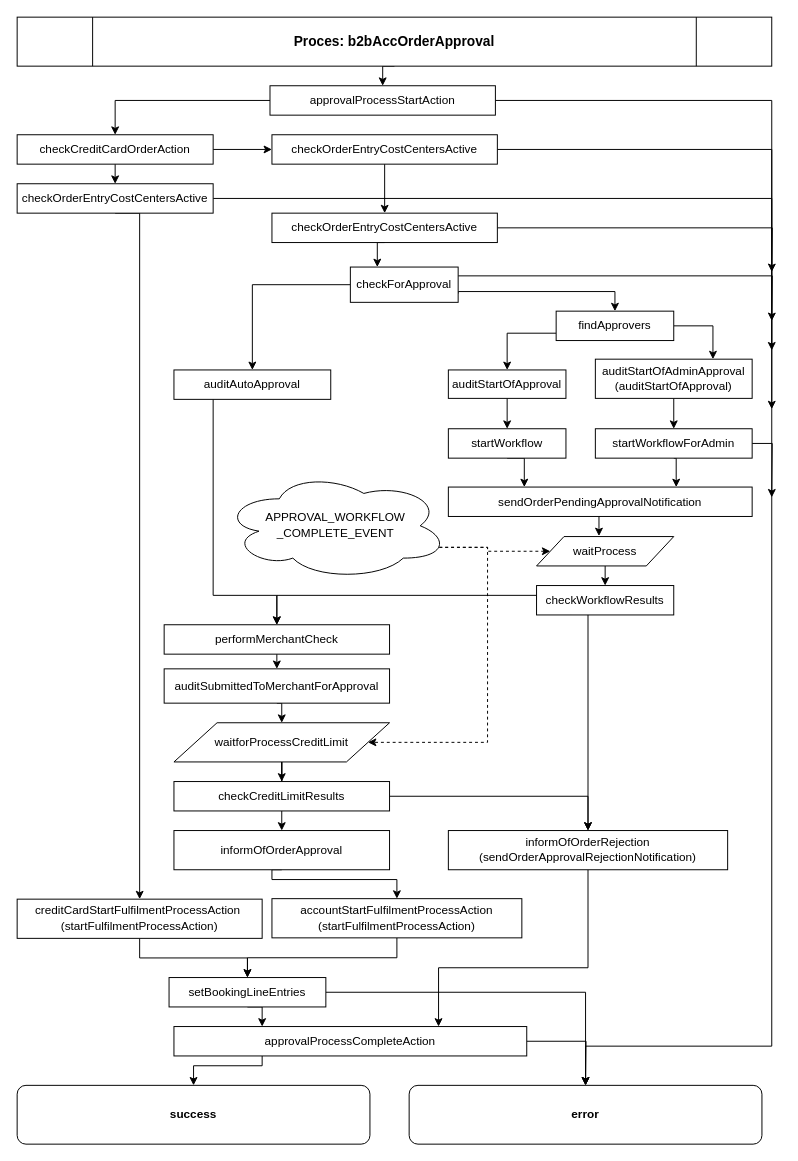
Above: public/Untitled Diagram.drawio in salutuj-gabriel/docs (draw.io), before the change. Source tidied: cells renumbered, new cells numbered last; positions are measured from the earlier drawing's top-left corner, leaving out a move shared by most shapes. Both pictures are drawn from the tidied source at 98%, with x=0, y=0 at pixel (17, 17).
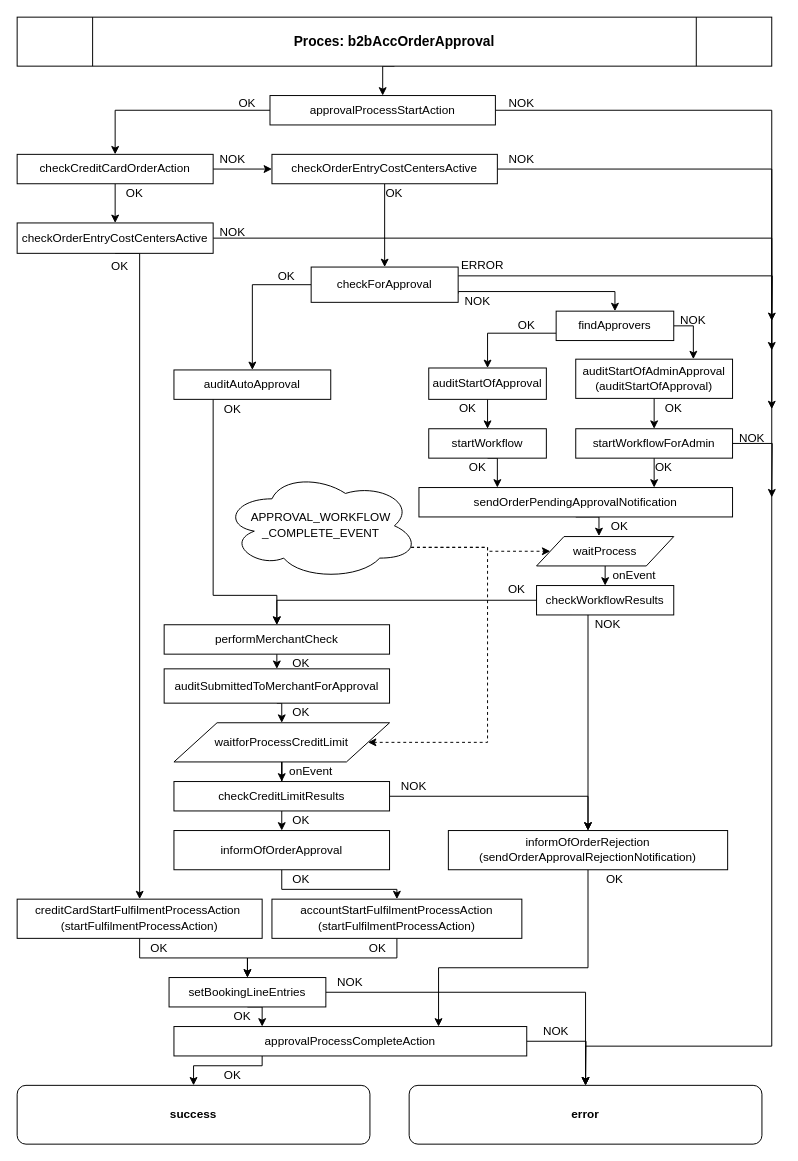
The same diagram, later.

Unchanged cells that the change refers to:
```xml
<mxCell id="7" value="&lt;div&gt;&lt;b&gt;error&lt;/b&gt;&lt;/div&gt;" style="rounded=1;whiteSpace=wrap;html=1;" parent="1" vertex="1">
  <mxGeometry x="400" y="1090" width="360" height="60" as="geometry" />
</mxCell>
<mxCell id="16" value="&lt;pre&gt;&lt;font face=&quot;Helvetica&quot;&gt;&lt;span&gt;creditCardStartFulfilmentProcessAction &lt;br&gt;(&lt;/span&gt;&lt;span&gt;startFulfilmentProcessAction)&lt;/span&gt;&lt;/font&gt;&lt;/pre&gt;" style="rounded=0;whiteSpace=wrap;html=1;" parent="1" vertex="1">
  <mxGeometry y="900" width="250" height="40" as="geometry" />
</mxCell>
<mxCell id="39" value="performMerchantCheck" style="rounded=0;whiteSpace=wrap;html=1;" parent="1" vertex="1">
  <mxGeometry x="150" y="620" width="230" height="30" as="geometry" />
</mxCell>
<mxCell id="41" value="&lt;pre&gt;&lt;font face=&quot;Helvetica&quot;&gt;&lt;span&gt;informOfOrderApproval&lt;/span&gt;&lt;/font&gt;&lt;/pre&gt;" style="rounded=0;whiteSpace=wrap;html=1;" parent="1" vertex="1">
  <mxGeometry x="160" y="830" width="220" height="40" as="geometry" />
</mxCell>
<mxCell id="51" value="&lt;pre&gt;&lt;font face=&quot;Helvetica&quot;&gt;&lt;span&gt;informOfOrderRejection&lt;br&gt;(&lt;/span&gt;&lt;span&gt;sendOrderApprovalRejectionNotification)&lt;br&gt;&lt;/span&gt;&lt;/font&gt;&lt;/pre&gt;" style="rounded=0;whiteSpace=wrap;html=1;" parent="1" vertex="1">
  <mxGeometry x="440" y="830" width="285" height="40" as="geometry" />
</mxCell>
<mxCell id="68" value="checkWorkflowResults" style="rounded=0;whiteSpace=wrap;html=1;" parent="1" vertex="1">
  <mxGeometry x="530" y="580" width="140" height="30" as="geometry" />
</mxCell>
```

Diff of the diagram source:
```diff
@@
     <mxCell id="4" style="edgeStyle=orthogonalEdgeStyle;rounded=0;jettySize=auto;html=1;exitX=1;exitY=0.5;exitDx=0;exitDy=0;" parent="1" edge="1" source="6" target="7">
       <mxGeometry relative="1" as="geometry">
         <Array as="points">
-          <mxPoint x="770" y="85" />
+          <mxPoint x="770" y="95" />
           <mxPoint x="770" y="1050" />
           <mxPoint x="580" y="1050" />
         </Array>
       </mxGeometry>
     </mxCell>
@@
     <mxCell id="6" value="&lt;pre&gt;&lt;font face=&quot;Helvetica&quot;&gt;&lt;span&gt;approvalProcessStartAction&lt;/span&gt;&lt;/font&gt;&lt;/pre&gt;" style="rounded=0;whiteSpace=wrap;html=1;" parent="1" vertex="1">
-      <mxGeometry x="258" y="70" width="230" height="30" as="geometry" />
+      <mxGeometry x="258" y="80" width="230" height="30" as="geometry" />
     </mxCell>
@@
     <mxCell id="11" value="&lt;pre&gt;&lt;font face=&quot;Helvetica&quot;&gt;&lt;span&gt;checkCreditCardOrderAction&lt;/span&gt;&lt;/font&gt;&lt;/pre&gt;" style="rounded=0;whiteSpace=wrap;html=1;" parent="1" vertex="1">
-      <mxGeometry y="120" width="200" height="30" as="geometry" />
+      <mxGeometry y="140" width="200" height="30" as="geometry" />
     </mxCell>
     <mxCell id="12" style="edgeStyle=orthogonalEdgeStyle;rounded=0;jettySize=auto;html=1;exitX=1;exitY=0.5;exitDx=0;exitDy=0;" parent="1" edge="1" source="14">
       <mxGeometry relative="1" as="geometry">
         <mxPoint x="770" y="340" as="targetPoint" />
         <Array as="points">
-          <mxPoint x="770" y="185" />
+          <mxPoint x="770" y="226" />
         </Array>
       </mxGeometry>
     </mxCell>
     <mxCell id="13" style="edgeStyle=orthogonalEdgeStyle;rounded=0;jettySize=auto;html=1;exitX=0.5;exitY=1;exitDx=0;exitDy=0;entryX=0.5;entryY=0;entryDx=0;entryDy=0;" parent="1" edge="1" source="14" target="16">
       <mxGeometry relative="1" as="geometry">
         <Array as="points">
-          <mxPoint x="125" y="200" />
+          <mxPoint x="125" y="241" />
         </Array>
       </mxGeometry>
     </mxCell>
     <mxCell id="14" value="&lt;pre&gt;&lt;font face=&quot;Helvetica&quot;&gt;&lt;span&gt;checkOrderEntryCostCentersActive&lt;/span&gt;&lt;/font&gt;&lt;/pre&gt;" style="rounded=0;whiteSpace=wrap;html=1;" parent="1" vertex="1">
-      <mxGeometry y="170" width="200" height="30" as="geometry" />
+      <mxGeometry y="210" width="200" height="31" as="geometry" />
     </mxCell>
@@
     <mxCell id="20" style="edgeStyle=orthogonalEdgeStyle;rounded=0;jettySize=auto;html=1;exitX=1;exitY=0.5;exitDx=0;exitDy=0;" parent="1" edge="1" source="22">
       <mxGeometry relative="1" as="geometry">
         <mxPoint x="770" y="400" as="targetPoint" />
         <Array as="points">
-          <mxPoint x="770" y="135" />
+          <mxPoint x="770" y="155" />
         </Array>
       </mxGeometry>
     </mxCell>
-    <mxCell id="21" style="edgeStyle=orthogonalEdgeStyle;rounded=0;jettySize=auto;html=1;exitX=0.5;exitY=1;exitDx=0;exitDy=0;entryX=0.5;entryY=0;entryDx=0;entryDy=0;" parent="1" edge="1" source="22" target="28">
-      <mxGeometry relative="1" as="geometry" />
-    </mxCell>
+    <mxCell id="72" style="edgeStyle=orthogonalEdgeStyle;rounded=0;jettySize=auto;html=1;entryX=0.5;entryY=0;entryDx=0;entryDy=0;" parent="1" edge="1" source="22" target="32">
+      <mxGeometry relative="1" as="geometry" />
+    </mxCell>
     <mxCell id="22" value="&lt;pre&gt;&lt;font face=&quot;Helvetica&quot;&gt;&lt;span&gt;checkOrderEntryCostCentersActive&lt;/span&gt;&lt;/font&gt;&lt;/pre&gt;" style="rounded=0;whiteSpace=wrap;html=1;" parent="1" vertex="1">
-      <mxGeometry x="260" y="120" width="230" height="30" as="geometry" />
+      <mxGeometry x="260" y="140" width="230" height="30" as="geometry" />
     </mxCell>
@@
-    <mxCell id="26" style="edgeStyle=orthogonalEdgeStyle;rounded=0;jettySize=auto;html=1;exitX=1;exitY=0.5;exitDx=0;exitDy=0;" parent="1" edge="1" source="28">
-      <mxGeometry relative="1" as="geometry">
-        <mxPoint x="770" y="260" as="targetPoint" />
-      </mxGeometry>
-    </mxCell>
-    <mxCell id="27" style="edgeStyle=orthogonalEdgeStyle;rounded=0;jettySize=auto;html=1;exitX=0.5;exitY=1;exitDx=0;exitDy=0;entryX=0.25;entryY=0;entryDx=0;entryDy=0;" parent="1" edge="1" source="28" target="32">
-      <mxGeometry relative="1" as="geometry" />
-    </mxCell>
-    <mxCell id="28" value="&lt;pre&gt;&lt;font face=&quot;Helvetica&quot;&gt;&lt;span&gt;checkOrderEntryCostCentersActive&lt;/span&gt;&lt;/font&gt;&lt;/pre&gt;" style="rounded=0;whiteSpace=wrap;html=1;" parent="1" vertex="1">
-      <mxGeometry x="260" y="200" width="230" height="30" as="geometry" />
-    </mxCell>
@@
     <mxCell id="32" value="checkForApproval" style="rounded=0;whiteSpace=wrap;html=1;" parent="1" vertex="1">
-      <mxGeometry x="340" y="255" width="110" height="36" as="geometry" />
+      <mxGeometry x="300" y="255" width="150" height="36" as="geometry" />
     </mxCell>
@@
     <mxCell id="40" style="edgeStyle=orthogonalEdgeStyle;rounded=0;jettySize=auto;html=1;exitX=0.5;exitY=1;exitDx=0;exitDy=0;entryX=0.5;entryY=0;entryDx=0;entryDy=0;" parent="1" edge="1" source="41" target="43">
-      <mxGeometry relative="1" as="geometry">
-        <Array as="points">
-          <mxPoint x="260" y="880" />
-          <mxPoint x="387" y="880" />
-        </Array>
-      </mxGeometry>
+      <mxGeometry relative="1" as="geometry" />
     </mxCell>
@@
     <mxCell id="43" value="&lt;pre&gt;&lt;font face=&quot;Helvetica&quot;&gt;&lt;span&gt;accountStartFulfilmentProcessAction&lt;br&gt;(&lt;/span&gt;&lt;span&gt;&lt;span&gt;startFulfilmentProcessAction&lt;/span&gt;)&lt;br&gt;&lt;/span&gt;&lt;/font&gt;&lt;/pre&gt;" style="rounded=0;whiteSpace=wrap;html=1;" parent="1" vertex="1">
-      <mxGeometry x="260" y="899.5" width="255" height="40" as="geometry" />
+      <mxGeometry x="260" y="900" width="255" height="40" as="geometry" />
     </mxCell>
@@
     <mxCell id="53" value="auditStartOfApproval" style="rounded=0;whiteSpace=wrap;html=1;" parent="1" vertex="1">
-      <mxGeometry x="440" y="360" width="120" height="29" as="geometry" />
+      <mxGeometry x="420" y="358" width="120" height="32" as="geometry" />
     </mxCell>
@@
     <mxCell id="56" value="auditStartOfAdminApproval&lt;br&gt;(auditStartOfApproval)" style="rounded=0;whiteSpace=wrap;html=1;" parent="1" vertex="1">
-      <mxGeometry x="590" y="349" width="160" height="40" as="geometry" />
+      <mxGeometry x="570" y="349" width="160" height="40" as="geometry" />
     </mxCell>
@@
     <mxCell id="58" value="startWorkflow" style="rounded=0;whiteSpace=wrap;html=1;" parent="1" vertex="1">
-      <mxGeometry x="440" y="420" width="120" height="30" as="geometry" />
+      <mxGeometry x="420" y="420" width="120" height="30" as="geometry" />
     </mxCell>
@@
     <mxCell id="61" value="startWorkflowForAdmin" style="rounded=0;whiteSpace=wrap;html=1;" parent="1" vertex="1">
-      <mxGeometry x="590" y="420" width="160" height="30" as="geometry" />
+      <mxGeometry x="570" y="420" width="160" height="30" as="geometry" />
     </mxCell>
@@
     <mxCell id="63" value="&lt;pre&gt;&lt;font face=&quot;Helvetica&quot;&gt;&lt;span&gt;sendOrderPendingApprovalNotification&lt;/span&gt;&lt;/font&gt;&lt;/pre&gt;" style="rounded=0;whiteSpace=wrap;html=1;" parent="1" vertex="1">
-      <mxGeometry x="440" y="479.5" width="310" height="30" as="geometry" />
+      <mxGeometry x="410" y="480" width="320" height="30" as="geometry" />
     </mxCell>
@@
     <mxCell id="66" style="edgeStyle=orthogonalEdgeStyle;rounded=0;jettySize=auto;html=1;exitX=0.25;exitY=1;exitDx=0;exitDy=0;entryX=0.5;entryY=0;entryDx=0;entryDy=0;" parent="1" edge="1" source="68" target="51">
       <mxGeometry relative="1" as="geometry">
         <Array as="points">
-          <mxPoint x="582" y="604" />
+          <mxPoint x="565" y="604" />
+          <mxPoint x="583" y="604" />
         </Array>
       </mxGeometry>
     </mxCell>
-    <mxCell id="67" style="edgeStyle=orthogonalEdgeStyle;rounded=0;jettySize=auto;html=1;exitX=0;exitY=0.5;exitDx=0;exitDy=0;entryX=0.5;entryY=0;entryDx=0;entryDy=0;" parent="1" edge="1" source="68" target="39">
+    <mxCell id="67" style="edgeStyle=orthogonalEdgeStyle;rounded=0;jettySize=auto;html=1;exitX=0;exitY=0.25;exitDx=0;exitDy=0;entryX=0.5;entryY=0;entryDx=0;entryDy=0;" parent="1" edge="1" source="68" target="39">
       <mxGeometry relative="1" as="geometry">
         <Array as="points">
-          <mxPoint x="530" y="590" />
-          <mxPoint x="265" y="590" />
+          <mxPoint x="530" y="595" />
+          <mxPoint x="265" y="595" />
         </Array>
       </mxGeometry>
     </mxCell>
@@
     <mxCell id="71" value="&lt;pre&gt;&lt;font face=&quot;Helvetica&quot;&gt;APPROVAL_WORKFLOW&lt;br&gt;_COMPLETE_EVENT&lt;/font&gt;&lt;/pre&gt;" style="ellipse;shape=cloud;whiteSpace=wrap;html=1;" parent="1" vertex="1">
-      <mxGeometry x="210" y="464" width="230" height="110" as="geometry" />
+      <mxGeometry x="210" y="464" width="200" height="110" as="geometry" />
     </mxCell>
+    <mxCell id="73" value="OK" style="text;html=1;strokeColor=none;fillColor=none;align=center;verticalAlign=middle;whiteSpace=wrap;rounded=0;" parent="1" vertex="1">
+      <mxGeometry x="215" y="77.5" width="40" height="20" as="geometry" />
+    </mxCell>
+    <mxCell id="74" value="NOK" style="text;html=1;strokeColor=none;fillColor=none;align=center;verticalAlign=middle;whiteSpace=wrap;rounded=0;" parent="1" vertex="1">
+      <mxGeometry x="495" y="77.5" width="40" height="20" as="geometry" />
+    </mxCell>
+    <mxCell id="75" value="NOK" style="text;html=1;strokeColor=none;fillColor=none;align=center;verticalAlign=middle;whiteSpace=wrap;rounded=0;" parent="1" vertex="1">
+      <mxGeometry x="200" y="135" width="40" height="20" as="geometry" />
+    </mxCell>
+    <mxCell id="76" value="OK" style="text;html=1;strokeColor=none;fillColor=none;align=center;verticalAlign=middle;whiteSpace=wrap;rounded=0;" parent="1" vertex="1">
+      <mxGeometry x="100" y="170" width="40" height="20" as="geometry" />
+    </mxCell>
+    <mxCell id="77" value="OK" style="text;html=1;strokeColor=none;fillColor=none;align=center;verticalAlign=middle;whiteSpace=wrap;rounded=0;" parent="1" vertex="1">
+      <mxGeometry x="85" y="245" width="40" height="20" as="geometry" />
+    </mxCell>
+    <mxCell id="78" value="NOK" style="text;html=1;strokeColor=none;fillColor=none;align=center;verticalAlign=middle;whiteSpace=wrap;rounded=0;" parent="1" vertex="1">
+      <mxGeometry x="450" y="280" width="40" height="20" as="geometry" />
+    </mxCell>
+    <mxCell id="79" value="NOK" style="text;html=1;strokeColor=none;fillColor=none;align=center;verticalAlign=middle;whiteSpace=wrap;rounded=0;" parent="1" vertex="1">
+      <mxGeometry x="200" y="210" width="40" height="20" as="geometry" />
+    </mxCell>
+    <mxCell id="80" value="OK" style="text;html=1;strokeColor=none;fillColor=none;align=center;verticalAlign=middle;whiteSpace=wrap;rounded=0;" parent="1" vertex="1">
+      <mxGeometry x="365" y="170" width="40" height="20" as="geometry" />
+    </mxCell>
+    <mxCell id="81" value="OK" style="text;html=1;strokeColor=none;fillColor=none;align=center;verticalAlign=middle;whiteSpace=wrap;rounded=0;" parent="1" vertex="1">
+      <mxGeometry x="255" y="255" width="40" height="20" as="geometry" />
+    </mxCell>
+    <mxCell id="82" value="ERROR" style="text;html=1;strokeColor=none;fillColor=none;align=center;verticalAlign=middle;whiteSpace=wrap;rounded=0;" parent="1" vertex="1">
+      <mxGeometry x="455" y="243" width="40" height="20" as="geometry" />
+    </mxCell>
+    <mxCell id="83" value="NOK" style="text;html=1;strokeColor=none;fillColor=none;align=center;verticalAlign=middle;whiteSpace=wrap;rounded=0;" parent="1" vertex="1">
+      <mxGeometry x="495" y="135" width="40" height="20" as="geometry" />
+    </mxCell>
+    <mxCell id="84" value="OK" style="text;html=1;strokeColor=none;fillColor=none;align=center;verticalAlign=middle;whiteSpace=wrap;rounded=0;" parent="1" vertex="1">
+      <mxGeometry x="500" y="305" width="40" height="20" as="geometry" />
+    </mxCell>
+    <mxCell id="85" value="OK" style="text;html=1;strokeColor=none;fillColor=none;align=center;verticalAlign=middle;whiteSpace=wrap;rounded=0;" parent="1" vertex="1">
+      <mxGeometry x="270" y="650" width="40" height="20" as="geometry" />
+    </mxCell>
+    <mxCell id="86" value="OK" style="text;html=1;strokeColor=none;fillColor=none;align=center;verticalAlign=middle;whiteSpace=wrap;rounded=0;" parent="1" vertex="1">
+      <mxGeometry x="440" y="389" width="40" height="20" as="geometry" />
+    </mxCell>
+    <mxCell id="87" value="OK" style="text;html=1;strokeColor=none;fillColor=none;align=center;verticalAlign=middle;whiteSpace=wrap;rounded=0;" parent="1" vertex="1">
+      <mxGeometry x="450" y="450" width="40" height="20" as="geometry" />
+    </mxCell>
+    <mxCell id="88" value="OK" style="text;html=1;strokeColor=none;fillColor=none;align=center;verticalAlign=middle;whiteSpace=wrap;rounded=0;" parent="1" vertex="1">
+      <mxGeometry x="640" y="450" width="40" height="20" as="geometry" />
+    </mxCell>
+    <mxCell id="89" value="OK" style="text;html=1;strokeColor=none;fillColor=none;align=center;verticalAlign=middle;whiteSpace=wrap;rounded=0;" parent="1" vertex="1">
+      <mxGeometry x="650" y="389" width="40" height="20" as="geometry" />
+    </mxCell>
+    <mxCell id="90" value="OK" style="text;html=1;strokeColor=none;fillColor=none;align=center;verticalAlign=middle;whiteSpace=wrap;rounded=0;" parent="1" vertex="1">
+      <mxGeometry x="490" y="574" width="40" height="20" as="geometry" />
+    </mxCell>
+    <mxCell id="91" value="OK" style="text;html=1;strokeColor=none;fillColor=none;align=center;verticalAlign=middle;whiteSpace=wrap;rounded=0;" parent="1" vertex="1">
+      <mxGeometry x="595" y="510" width="40" height="20" as="geometry" />
+    </mxCell>
+    <mxCell id="92" value="NOK" style="text;html=1;strokeColor=none;fillColor=none;align=center;verticalAlign=middle;whiteSpace=wrap;rounded=0;" parent="1" vertex="1">
+      <mxGeometry x="670" y="300" width="40" height="20" as="geometry" />
+    </mxCell>
+    <mxCell id="93" value="NOK" style="text;html=1;strokeColor=none;fillColor=none;align=center;verticalAlign=middle;whiteSpace=wrap;rounded=0;" parent="1" vertex="1">
+      <mxGeometry x="730" y="420" width="40" height="20" as="geometry" />
+    </mxCell>
+    <mxCell id="94" value="onEvent" style="text;html=1;strokeColor=none;fillColor=none;align=center;verticalAlign=middle;whiteSpace=wrap;rounded=0;" parent="1" vertex="1">
+      <mxGeometry x="610" y="560" width="40" height="20" as="geometry" />
+    </mxCell>
+    <mxCell id="95" value="OK" style="text;html=1;strokeColor=none;fillColor=none;align=center;verticalAlign=middle;whiteSpace=wrap;rounded=0;" parent="1" vertex="1">
+      <mxGeometry x="200" y="390" width="40" height="20" as="geometry" />
+    </mxCell>
+    <mxCell id="96" value="OK" style="text;html=1;strokeColor=none;fillColor=none;align=center;verticalAlign=middle;whiteSpace=wrap;rounded=0;" parent="1" vertex="1">
+      <mxGeometry x="270" y="700" width="40" height="20" as="geometry" />
+    </mxCell>
+    <mxCell id="97" value="OK" style="text;html=1;strokeColor=none;fillColor=none;align=center;verticalAlign=middle;whiteSpace=wrap;rounded=0;" parent="1" vertex="1">
+      <mxGeometry x="590" y="870" width="40" height="20" as="geometry" />
+    </mxCell>
+    <mxCell id="98" value="OK" style="text;html=1;strokeColor=none;fillColor=none;align=center;verticalAlign=middle;whiteSpace=wrap;rounded=0;" parent="1" vertex="1">
+      <mxGeometry x="270" y="810" width="40" height="20" as="geometry" />
+    </mxCell>
+    <mxCell id="99" value="OK" style="text;html=1;strokeColor=none;fillColor=none;align=center;verticalAlign=middle;whiteSpace=wrap;rounded=0;" parent="1" vertex="1">
+      <mxGeometry x="270" y="870" width="40" height="20" as="geometry" />
+    </mxCell>
+    <mxCell id="100" value="OK" style="text;html=1;strokeColor=none;fillColor=none;align=center;verticalAlign=middle;whiteSpace=wrap;rounded=0;" parent="1" vertex="1">
+      <mxGeometry x="125" y="939.5" width="40" height="20" as="geometry" />
+    </mxCell>
+    <mxCell id="101" value="OK" style="text;html=1;strokeColor=none;fillColor=none;align=center;verticalAlign=middle;whiteSpace=wrap;rounded=0;" parent="1" vertex="1">
+      <mxGeometry x="347.5" y="940" width="40" height="20" as="geometry" />
+    </mxCell>
+    <mxCell id="102" value="OK" style="text;html=1;strokeColor=none;fillColor=none;align=center;verticalAlign=middle;whiteSpace=wrap;rounded=0;" parent="1" vertex="1">
+      <mxGeometry x="210" y="1010" width="40" height="20" as="geometry" />
+    </mxCell>
+    <mxCell id="103" value="OK" style="text;html=1;strokeColor=none;fillColor=none;align=center;verticalAlign=middle;whiteSpace=wrap;rounded=0;" parent="1" vertex="1">
+      <mxGeometry x="200" y="1070" width="40" height="20" as="geometry" />
+    </mxCell>
+    <mxCell id="104" value="NOK" style="text;html=1;strokeColor=none;fillColor=none;align=center;verticalAlign=middle;whiteSpace=wrap;rounded=0;" parent="1" vertex="1">
+      <mxGeometry x="385" y="775" width="40" height="20" as="geometry" />
+    </mxCell>
+    <mxCell id="105" value="NOK" style="text;html=1;strokeColor=none;fillColor=none;align=center;verticalAlign=middle;whiteSpace=wrap;rounded=0;" parent="1" vertex="1">
+      <mxGeometry x="320" y="975" width="40" height="20" as="geometry" />
+    </mxCell>
+    <mxCell id="106" value="NOK" style="text;html=1;strokeColor=none;fillColor=none;align=center;verticalAlign=middle;whiteSpace=wrap;rounded=0;" parent="1" vertex="1">
+      <mxGeometry x="530" y="1025" width="40" height="20" as="geometry" />
+    </mxCell>
+    <mxCell id="107" value="onEvent" style="text;html=1;strokeColor=none;fillColor=none;align=center;verticalAlign=middle;whiteSpace=wrap;rounded=0;" parent="1" vertex="1">
+      <mxGeometry x="280" y="760" width="40" height="20" as="geometry" />
+    </mxCell>
+    <mxCell id="108" value="NOK" style="text;html=1;strokeColor=none;fillColor=none;align=center;verticalAlign=middle;whiteSpace=wrap;rounded=0;" parent="1" vertex="1">
+      <mxGeometry x="582.5" y="610" width="40" height="20" as="geometry" />
+    </mxCell>
```
